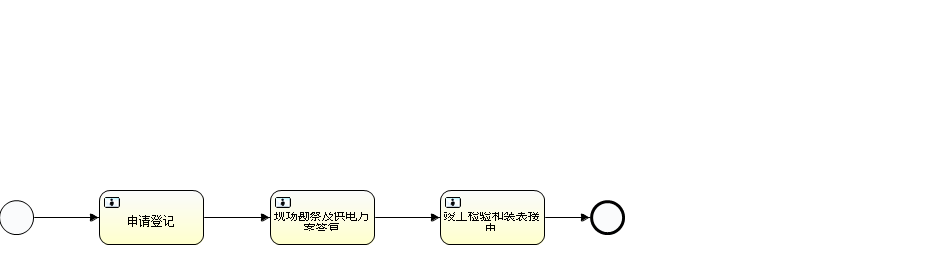
Above: src/main/resources/processes/HighVoltageNewV1.png in creSky/bem-server (BPMN), before the change. Its source is kept beside it as src/main/resources/processes/HighVoltageNewV1.bpmn. Ids are renumbered.
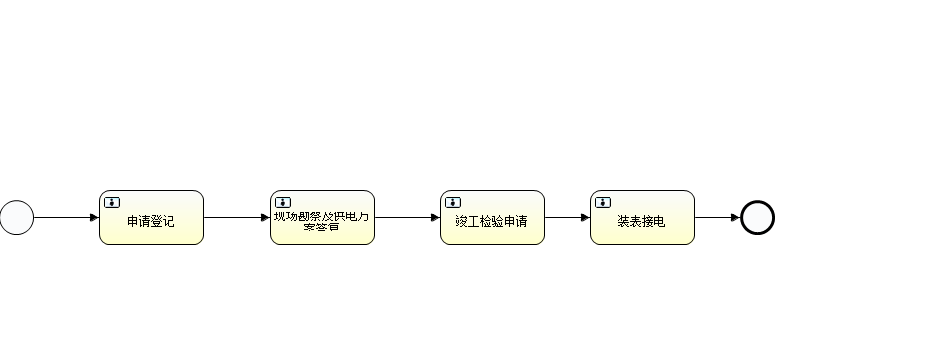
Later version of the same file.

What changed in the source:
```diff
@@ -5,10 +5,12 @@
     <sequenceFlow id="flow2" sourceRef="startevent1" targetRef="bem-f1-p1"></sequenceFlow>
     <userTask id="bem-f1-p19" name="现场勘察及供电方案答复" activiti:candidateGroups="10"></userTask>
     <sequenceFlow id="flow3" sourceRef="bem-f1-p1" targetRef="bem-f1-p19"></sequenceFlow>
-    <userTask id="bem-f1-p9" name="竣工检验和装表接电" activiti:candidateGroups="1"></userTask>
+    <userTask id="bem-f1-p9" name="竣工检验申请" activiti:candidateGroups="1"></userTask>
     <sequenceFlow id="flow4" sourceRef="bem-f1-p19" targetRef="bem-f1-p9"></sequenceFlow>
+    <userTask id="bem-f1-p23" name="装表接电" activiti:candidateGroups="10"></userTask>
+    <sequenceFlow id="flow5" sourceRef="bem-f1-p9" targetRef="bem-f1-p23"></sequenceFlow>
     <endEvent id="endevent1" name="End"></endEvent>
-    <sequenceFlow id="flow5" sourceRef="bem-f1-p9" targetRef="endevent1"></sequenceFlow>
+    <sequenceFlow id="flow6" sourceRef="bem-f1-p23" targetRef="endevent1"></sequenceFlow>
   </process>
   <bpmndi:BPMNDiagram id="BPMNDiagram_HighVoltageNewV1">
     <bpmndi:BPMNPlane bpmnElement="HighVoltageNewV1" id="BPMNPlane_HighVoltageNewV1">
@@ -24,8 +26,11 @@
       <bpmndi:BPMNShape bpmnElement="bem-f1-p9" id="BPMNShape_bem-f1-p9">
         <omgdc:Bounds height="55.0" width="105.0" x="440.0" y="190.0"></omgdc:Bounds>
       </bpmndi:BPMNShape>
+      <bpmndi:BPMNShape bpmnElement="bem-f1-p23" id="BPMNShape_bem-f1-p23">
+        <omgdc:Bounds height="55.0" width="105.0" x="590.0" y="190.0"></omgdc:Bounds>
+      </bpmndi:BPMNShape>
       <bpmndi:BPMNShape bpmnElement="endevent1" id="BPMNShape_endevent1">
-        <omgdc:Bounds height="35.0" width="35.0" x="590.0" y="200.0"></omgdc:Bounds>
+        <omgdc:Bounds height="35.0" width="35.0" x="740.0" y="200.0"></omgdc:Bounds>
       </bpmndi:BPMNShape>
       <bpmndi:BPMNEdge bpmnElement="flow2" id="BPMNEdge_flow2">
         <omgdi:waypoint x="34.0" y="217.0"></omgdi:waypoint>
@@ -43,6 +48,10 @@
         <omgdi:waypoint x="545.0" y="217.0"></omgdi:waypoint>
         <omgdi:waypoint x="590.0" y="217.0"></omgdi:waypoint>
       </bpmndi:BPMNEdge>
+      <bpmndi:BPMNEdge bpmnElement="flow6" id="BPMNEdge_flow6">
+        <omgdi:waypoint x="695.0" y="217.0"></omgdi:waypoint>
+        <omgdi:waypoint x="740.0" y="217.0"></omgdi:waypoint>
+      </bpmndi:BPMNEdge>
     </bpmndi:BPMNPlane>
   </bpmndi:BPMNDiagram>
 </definitions>
```
